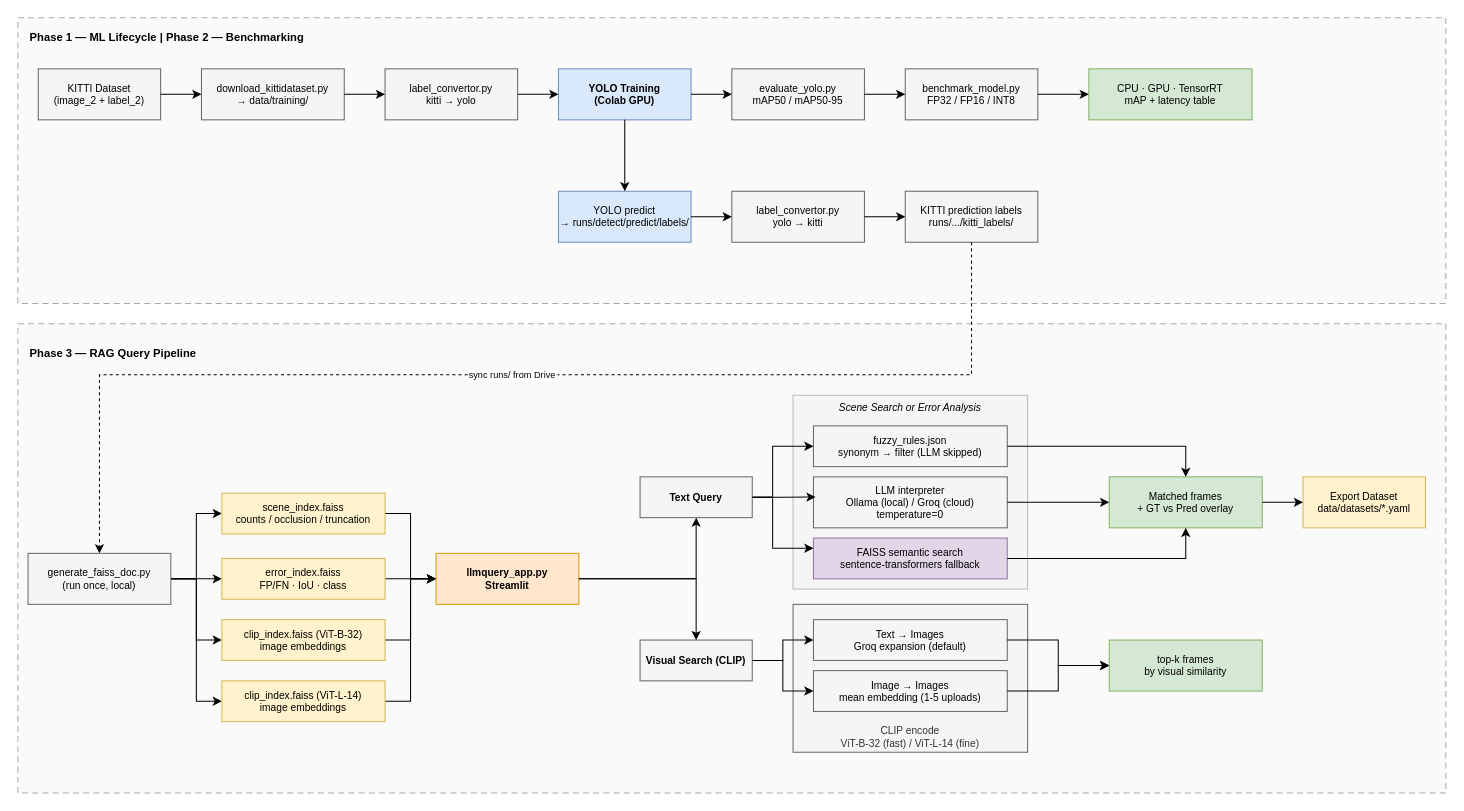
This is architecture/Kitti-Yolo-Rag-pipeline.drawio from ran2810/Kitti_Yolo_Tracking, a draw.io file, before an edit. Source tidied: cells renumbered, new cells numbered last; positions are measured from the earlier drawing's top-left corner, leaving out a move shared by most shapes. Both pictures are drawn from the tidied source at 102%, with x=0, y=0 at pixel (17, 17).
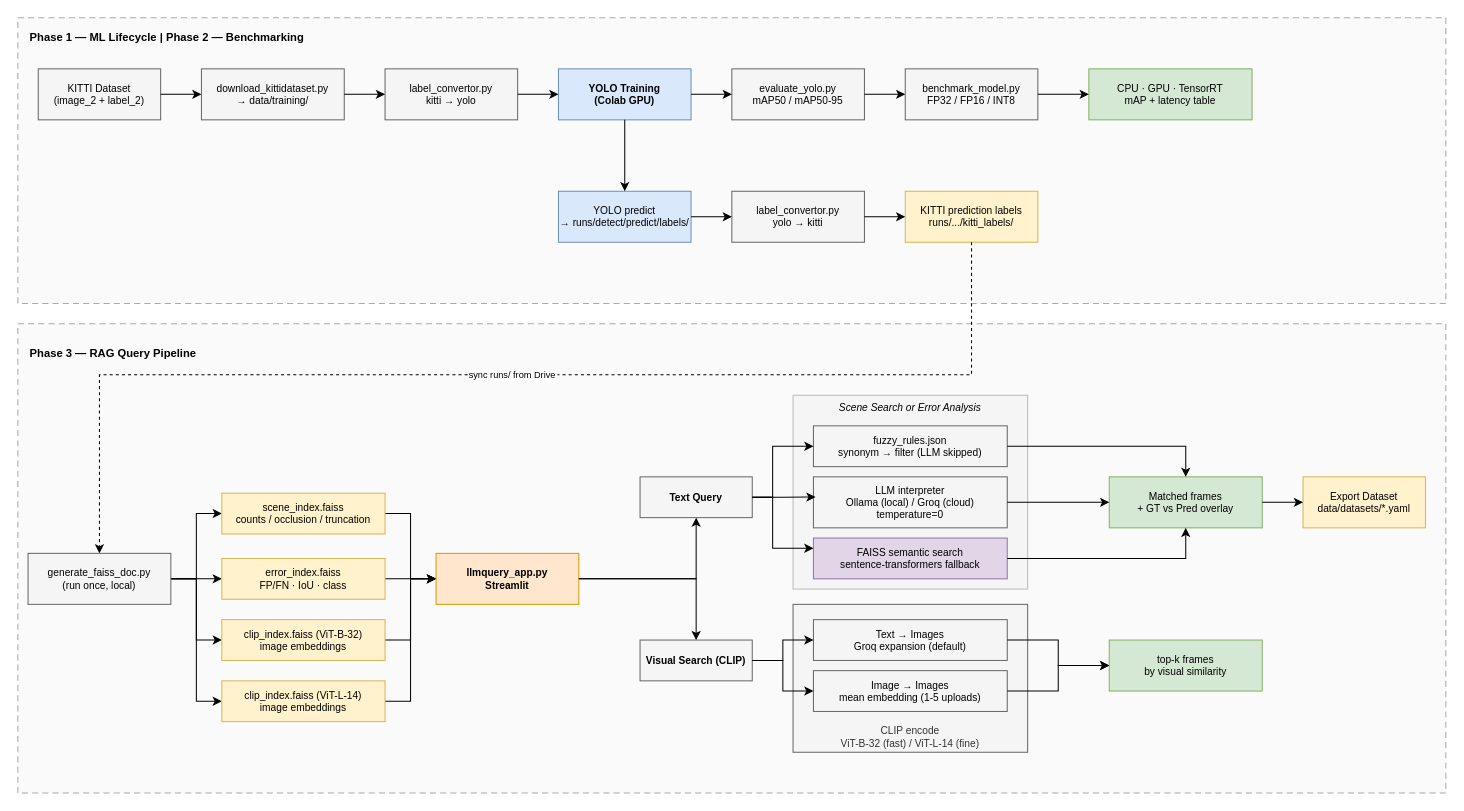
After the change.

What changed in the source:
```diff
@@
-    <mxCell id="16" value="KITTI prediction labels&#10;runs/.../kitti_labels/" style="rounded=0;whiteSpace=wrap;html=1;fillColor=#f5f5f5;strokeColor=#666666;fontSize=10;" parent="1" vertex="1">
+    <mxCell id="16" value="KITTI prediction labels&#10;runs/.../kitti_labels/" style="rounded=0;whiteSpace=wrap;html=1;fillColor=#fff2cc;strokeColor=#d6b656;fontSize=10;" parent="1" vertex="1">
       <mxGeometry x="870" y="170" width="130" height="50" as="geometry" />
     </mxCell>
```
